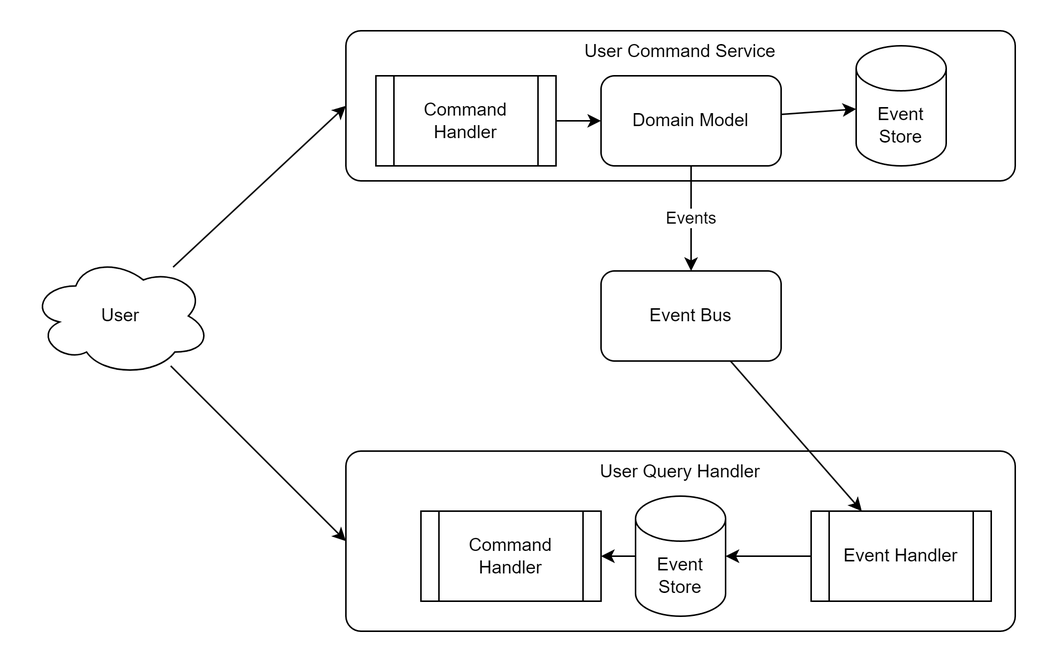
Above: src/CQRS_EventSourcing_and_EventStore/assets/CQRS_EventSourcing.png in Kawachen97/CQRS_EventSourcing_and_EventStore (draw.io), before the change. Source tidied: cells renumbered, new cells last; positions are measured from the earlier drawing's top-left corner, leaving out a move shared by most shapes. Its diagram source:
```xml
<mxGraphModel>
  <root>
    <mxCell id="0" />
    <mxCell id="1" parent="0" />
    <mxCell id="2" value="User Command Service" style="points=[[0.25,0,0],[0.5,0,0],[0.75,0,0],[1,0.25,0],[1,0.5,0],[1,0.75,0],[0.75,1,0],[0.5,1,0],[0.25,1,0],[0,0.75,0],[0,0.5,0],[0,0.25,0]];shape=mxgraph.bpmn.task;whiteSpace=wrap;rectStyle=rounded;size=10;html=1;taskMarker=abstract;verticalAlign=top;" parent="1" vertex="1">
      <mxGeometry x="210" width="446" height="100" as="geometry" />
    </mxCell>
    <mxCell id="3" value="Command Handler" style="shape=process;whiteSpace=wrap;html=1;backgroundOutline=1;" parent="1" vertex="1">
      <mxGeometry x="230" y="30" width="120" height="60" as="geometry" />
    </mxCell>
    <mxCell id="4" style="endArrow=classic;html=1;rounded=0;entryX=0;entryY=0.5;entryDx=0;entryDy=0;entryPerimeter=0;" parent="1" edge="1" source="19" target="2">
      <mxGeometry relative="1" as="geometry" />
    </mxCell>
    <mxCell id="5" value="Domain Model" style="rounded=1;whiteSpace=wrap;html=1;" parent="1" vertex="1">
      <mxGeometry x="380" y="30" width="120" height="60" as="geometry" />
    </mxCell>
    <mxCell id="6" style="endArrow=classic;html=1;rounded=0;" parent="1" edge="1" source="3" target="5">
      <mxGeometry relative="1" as="geometry" />
    </mxCell>
    <mxCell id="7" value="Event Store" style="shape=cylinder3;whiteSpace=wrap;html=1;boundedLbl=1;backgroundOutline=1;size=15;" parent="1" vertex="1">
      <mxGeometry x="550" y="10" width="60" height="80" as="geometry" />
    </mxCell>
    <mxCell id="8" style="endArrow=classic;html=1;rounded=0;" parent="1" edge="1" source="5" target="7">
      <mxGeometry relative="1" as="geometry" />
    </mxCell>
    <mxCell id="9" value="Event Bus" style="rounded=1;whiteSpace=wrap;html=1;" parent="1" vertex="1">
      <mxGeometry x="380" y="160" width="120" height="60" as="geometry" />
    </mxCell>
    <mxCell id="10" value="Events" style="endArrow=classic;html=1;rounded=0;" parent="1" edge="1" source="5" target="9">
      <mxGeometry relative="1" as="geometry" />
    </mxCell>
    <mxCell id="11" value="User Query Handler" style="points=[[0.25,0,0],[0.5,0,0],[0.75,0,0],[1,0.25,0],[1,0.5,0],[1,0.75,0],[0.75,1,0],[0.5,1,0],[0.25,1,0],[0,0.75,0],[0,0.5,0],[0,0.25,0]];shape=mxgraph.bpmn.task;whiteSpace=wrap;rectStyle=rounded;size=10;html=1;taskMarker=abstract;verticalAlign=top;" parent="1" vertex="1">
      <mxGeometry x="210" y="280" width="446" height="120" as="geometry" />
    </mxCell>
    <mxCell id="12" value="Event Handler" style="shape=process;whiteSpace=wrap;html=1;backgroundOutline=1;" parent="1" vertex="1">
      <mxGeometry x="520" y="320" width="120" height="60" as="geometry" />
    </mxCell>
    <mxCell id="13" value="Event Store" style="shape=cylinder3;whiteSpace=wrap;html=1;boundedLbl=1;backgroundOutline=1;size=15;" parent="1" vertex="1">
      <mxGeometry x="403" y="310" width="60" height="80" as="geometry" />
    </mxCell>
    <mxCell id="14" style="endArrow=classic;html=1;rounded=0;" parent="1" edge="1" source="12" target="13">
      <mxGeometry relative="1" as="geometry" />
    </mxCell>
    <mxCell id="15" style="endArrow=classic;html=1;rounded=0;" parent="1" edge="1" source="9" target="12">
      <mxGeometry relative="1" as="geometry" />
    </mxCell>
    <mxCell id="16" value="Command Handler" style="shape=process;whiteSpace=wrap;html=1;backgroundOutline=1;" parent="1" vertex="1">
      <mxGeometry x="260" y="320" width="120" height="60" as="geometry" />
    </mxCell>
    <mxCell id="17" style="endArrow=classic;html=1;rounded=0;" parent="1" edge="1" source="13" target="16">
      <mxGeometry relative="1" as="geometry" />
    </mxCell>
    <mxCell id="18" style="endArrow=classic;html=1;rounded=0;entryX=0;entryY=0.5;entryDx=0;entryDy=0;entryPerimeter=0;" parent="1" edge="1" source="19" target="11">
      <mxGeometry relative="1" as="geometry" />
    </mxCell>
    <mxCell id="19" value="User" style="ellipse;shape=cloud;whiteSpace=wrap;html=1;" parent="1" vertex="1">
      <mxGeometry y="150" width="120" height="80" as="geometry" />
    </mxCell>
  </root>
</mxGraphModel>
```
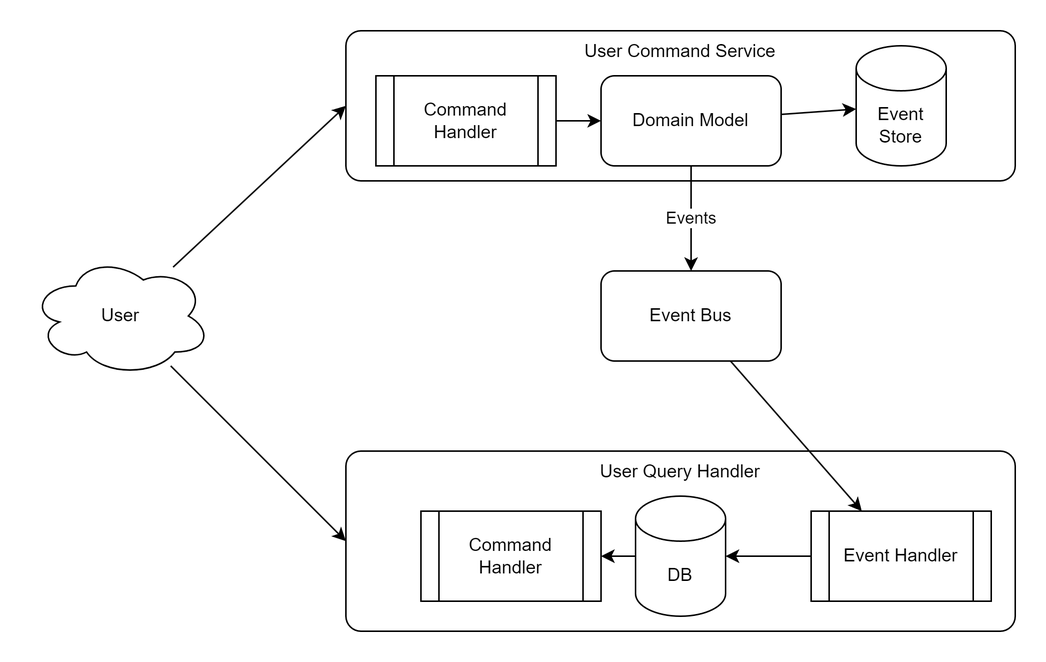
The same file after the commit.

What changed in the source:
```diff
@@ -35,21 +35,21 @@
     <mxCell id="12" value="Event Handler" style="shape=process;whiteSpace=wrap;html=1;backgroundOutline=1;" parent="1" vertex="1">
       <mxGeometry x="520" y="320" width="120" height="60" as="geometry" />
     </mxCell>
-    <mxCell id="13" value="Event Store" style="shape=cylinder3;whiteSpace=wrap;html=1;boundedLbl=1;backgroundOutline=1;size=15;" parent="1" vertex="1">
-      <mxGeometry x="403" y="310" width="60" height="80" as="geometry" />
-    </mxCell>
-    <mxCell id="14" style="endArrow=classic;html=1;rounded=0;" parent="1" edge="1" source="12" target="13">
-      <mxGeometry relative="1" as="geometry" />
-    </mxCell>
+    <mxCell id="20" value="DB" style="shape=cylinder3;whiteSpace=wrap;html=1;boundedLbl=1;backgroundOutline=1;size=15;" parent="1" vertex="1">
+      <mxGeometry x="403" y="310" width="60" height="80" as="geometry" />
+    </mxCell>
+    <mxCell id="21" style="endArrow=classic;html=1;rounded=0;" parent="1" edge="1" source="12" target="20">
+      <mxGeometry relative="1" as="geometry" />
+    </mxCell>
     <mxCell id="15" style="endArrow=classic;html=1;rounded=0;" parent="1" edge="1" source="9" target="12">
       <mxGeometry relative="1" as="geometry" />
     </mxCell>
     <mxCell id="16" value="Command Handler" style="shape=process;whiteSpace=wrap;html=1;backgroundOutline=1;" parent="1" vertex="1">
       <mxGeometry x="260" y="320" width="120" height="60" as="geometry" />
     </mxCell>
-    <mxCell id="17" style="endArrow=classic;html=1;rounded=0;" parent="1" edge="1" source="13" target="16">
-      <mxGeometry relative="1" as="geometry" />
-    </mxCell>
+    <mxCell id="22" style="endArrow=classic;html=1;rounded=0;" parent="1" edge="1" source="20" target="16">
+      <mxGeometry relative="1" as="geometry" />
+    </mxCell>
     <mxCell id="18" style="endArrow=classic;html=1;rounded=0;entryX=0;entryY=0.5;entryDx=0;entryDy=0;entryPerimeter=0;" parent="1" edge="1" source="19" target="11">
       <mxGeometry relative="1" as="geometry" />
     </mxCell>
```
